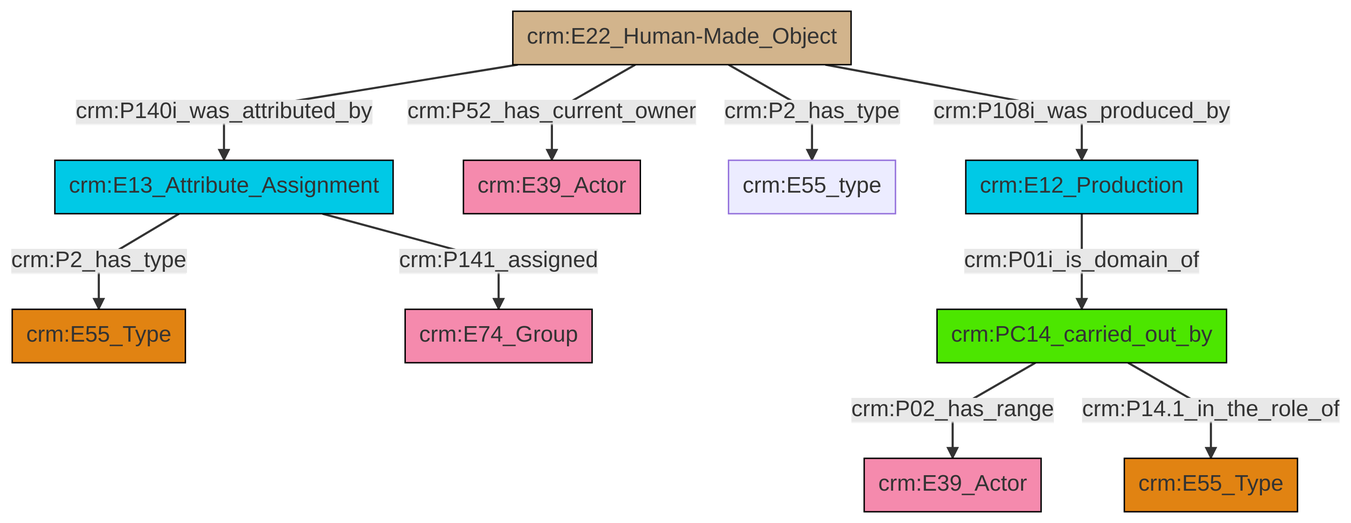
This is et/builtWorkCSV/ttl/mmd/png/Built_Work_actor_relations.png from swiss-art-research-net/reference-data-models, a Mermaid export, as it was before one commit. Its source is kept beside it as et/builtWorkCSV/ttl/mmd/Built_Work_actor_relations.ttl.mmd.
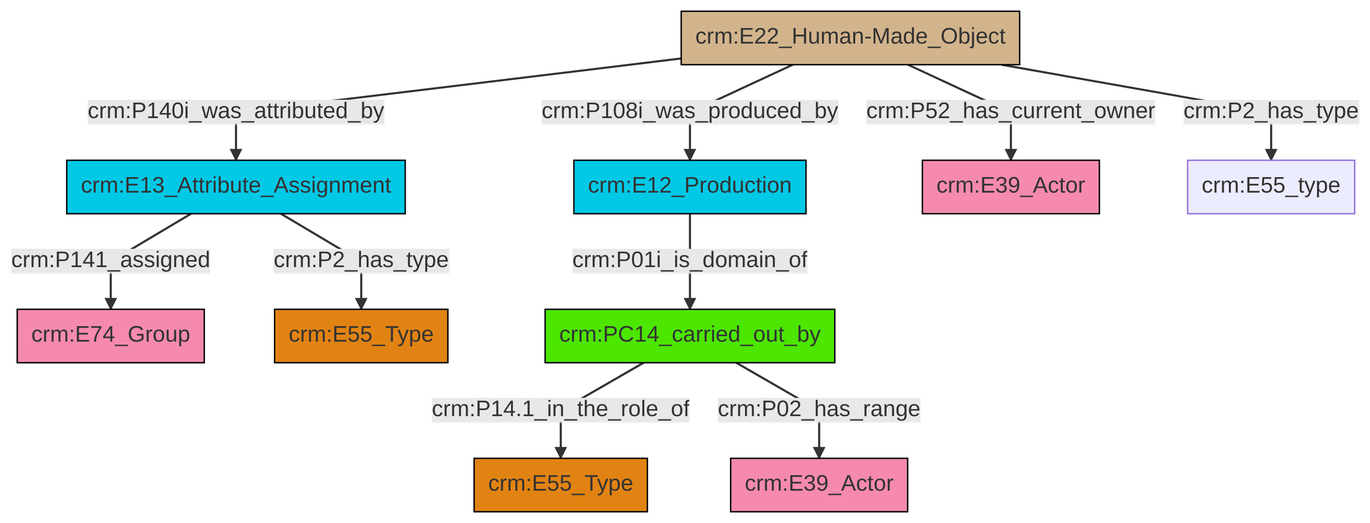
Above is the later version.

What changed in the source:
```diff
@@ -13,12 +13,12 @@
 classDef PC_Classes fill:#4ce600, stroke:#000000;
 classDef Multi fill:#cccccc,stroke:#000000;
 
-0["crm:E22_Human-Made_Object"]:::Physical_Thing -->|crm:P140i_was_attributed_by| 1["crm:E13_Attribute_Assignment"]:::Temporal_Entity
-4["crm:PC14_carried_out_by"]:::PC_Classes -->|crm:P02_has_range| 5["crm:E39_Actor"]:::Actor
-0["crm:E22_Human-Made_Object"]:::Physical_Thing -->|crm:P52_has_current_owner| 8["crm:E39_Actor"]:::Actor
-10["crm:E12_Production"]:::Temporal_Entity -->|crm:P01i_is_domain_of| 4["crm:PC14_carried_out_by"]:::PC_Classes
-1["crm:E13_Attribute_Assignment"]:::Temporal_Entity -->|crm:P2_has_type| 2["crm:E55_Type"]:::Type
-0["crm:E22_Human-Made_Object"]:::Physical_Thing -->|crm:P2_has_type| 6["crm:E55_type"]:::Default
-1["crm:E13_Attribute_Assignment"]:::Temporal_Entity -->|crm:P141_assigned| 11["crm:E74_Group"]:::Actor
-4["crm:PC14_carried_out_by"]:::PC_Classes -->|crm:P14.1_in_the_role_of| 13["crm:E55_Type"]:::Type
-0["crm:E22_Human-Made_Object"]:::Physical_Thing -->|crm:P108i_was_produced_by| 10["crm:E12_Production"]:::Temporal_Entity
+0["crm:E22_Human-Made_Object"]:::Physical_Thing -->|crm:P108i_was_produced_by| 2["crm:E12_Production"]:::Temporal_Entity
+3["crm:E13_Attribute_Assignment"]:::Temporal_Entity -->|crm:P141_assigned| 4["crm:E74_Group"]:::Actor
+0["crm:E22_Human-Made_Object"]:::Physical_Thing -->|crm:P140i_was_attributed_by| 3["crm:E13_Attribute_Assignment"]:::Temporal_Entity
+2["crm:E12_Production"]:::Temporal_Entity -->|crm:P01i_is_domain_of| 14["crm:PC14_carried_out_by"]:::PC_Classes
+3["crm:E13_Attribute_Assignment"]:::Temporal_Entity -->|crm:P2_has_type| 12["crm:E55_Type"]:::Type
+14["crm:PC14_carried_out_by"]:::PC_Classes -->|crm:P14.1_in_the_role_of| 16["crm:E55_Type"]:::Type
+14["crm:PC14_carried_out_by"]:::PC_Classes -->|crm:P02_has_range| 7["crm:E39_Actor"]:::Actor
+0["crm:E22_Human-Made_Object"]:::Physical_Thing -->|crm:P52_has_current_owner| 5["crm:E39_Actor"]:::Actor
+0["crm:E22_Human-Made_Object"]:::Physical_Thing -->|crm:P2_has_type| 10["crm:E55_type"]:::Default
```
